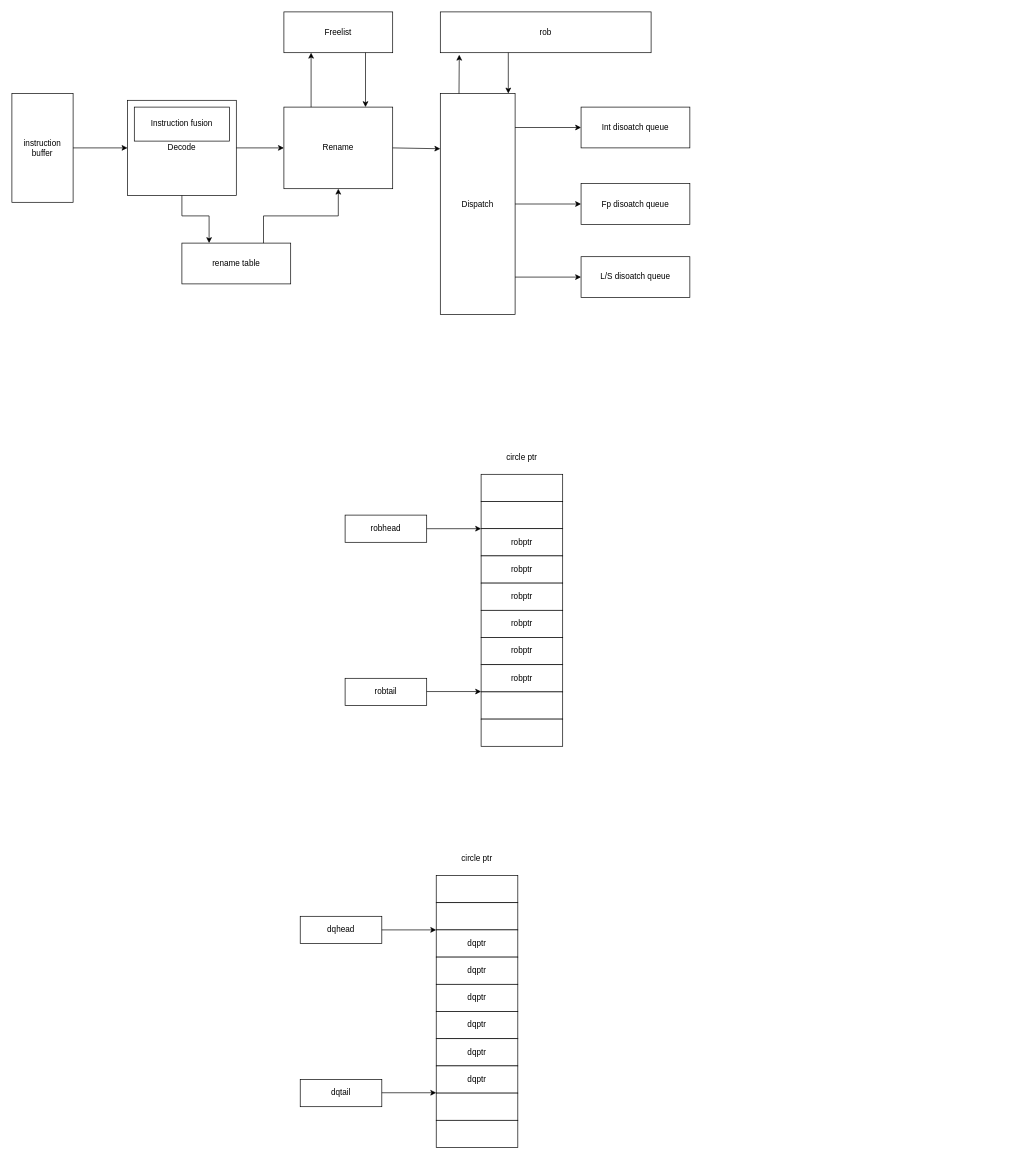
Above: ctrlblock.drawio in Ziyue-Zhang/draw_picture (draw.io), before the change. Source tidied: cells renumbered, new cells numbered last; positions are measured from the earlier drawing's top-left corner, leaving out a move shared by most shapes. Both pictures are drawn from the tidied source at 68%, with x=0, y=0 at pixel (12, 12).
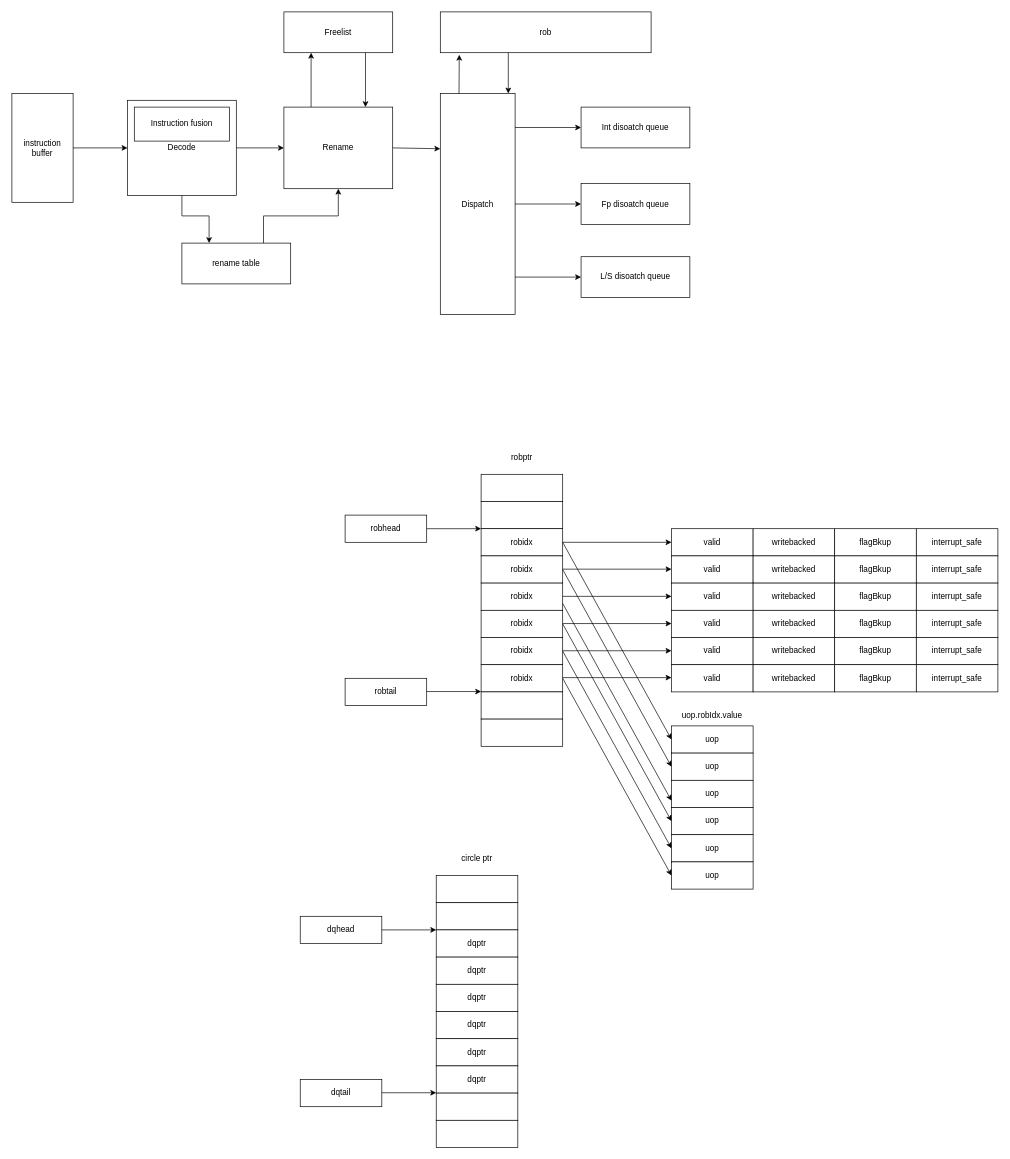
After the change.

What changed in the source:
```diff
@@
-    <mxCell id="27" value="robptr" style="rounded=0;whiteSpace=wrap;html=1;" parent="1" vertex="1">
+    <mxCell id="27" value="robidx" style="rounded=0;whiteSpace=wrap;html=1;" parent="1" vertex="1">
       <mxGeometry x="690" y="760" width="120" height="40" as="geometry" />
     </mxCell>
-    <mxCell id="28" value="robptr" style="rounded=0;whiteSpace=wrap;html=1;" parent="1" vertex="1">
+    <mxCell id="28" value="robidx" style="rounded=0;whiteSpace=wrap;html=1;" parent="1" vertex="1">
       <mxGeometry x="690" y="800" width="120" height="40" as="geometry" />
     </mxCell>
-    <mxCell id="29" value="robptr" style="rounded=0;whiteSpace=wrap;html=1;" parent="1" vertex="1">
+    <mxCell id="29" value="robidx" style="rounded=0;whiteSpace=wrap;html=1;" parent="1" vertex="1">
       <mxGeometry x="690" y="840" width="120" height="40" as="geometry" />
     </mxCell>
-    <mxCell id="30" value="robptr" style="rounded=0;whiteSpace=wrap;html=1;" parent="1" vertex="1">
+    <mxCell id="30" value="robidx" style="rounded=0;whiteSpace=wrap;html=1;" parent="1" vertex="1">
       <mxGeometry x="690" y="880" width="120" height="40" as="geometry" />
     </mxCell>
-    <mxCell id="31" value="robptr" style="rounded=0;whiteSpace=wrap;html=1;" parent="1" vertex="1">
+    <mxCell id="31" value="robidx" style="rounded=0;whiteSpace=wrap;html=1;" parent="1" vertex="1">
       <mxGeometry x="690" y="920" width="120" height="40" as="geometry" />
     </mxCell>
-    <mxCell id="32" value="robptr" style="rounded=0;whiteSpace=wrap;html=1;" parent="1" vertex="1">
+    <mxCell id="32" value="robidx" style="rounded=0;whiteSpace=wrap;html=1;" parent="1" vertex="1">
       <mxGeometry x="690" y="960" width="120" height="40" as="geometry" />
     </mxCell>
@@
-    <mxCell id="35" value="circle ptr" style="text;html=1;strokeColor=none;fillColor=none;align=center;verticalAlign=middle;whiteSpace=wrap;rounded=0;" parent="1" vertex="1">
+    <mxCell id="35" value="robptr" style="text;html=1;strokeColor=none;fillColor=none;align=center;verticalAlign=middle;whiteSpace=wrap;rounded=0;" parent="1" vertex="1">
       <mxGeometry x="715" y="640" width="70" height="30" as="geometry" />
     </mxCell>
@@
+    <mxCell id="55" value="valid" style="rounded=0;whiteSpace=wrap;html=1;" parent="1" vertex="1">
+      <mxGeometry x="970" y="760" width="120" height="40" as="geometry" />
+    </mxCell>
+    <mxCell id="56" value="writebacked" style="rounded=0;whiteSpace=wrap;html=1;" parent="1" vertex="1">
+      <mxGeometry x="1090" y="760" width="120" height="40" as="geometry" />
+    </mxCell>
+    <mxCell id="57" value="flagBkup" style="rounded=0;whiteSpace=wrap;html=1;" parent="1" vertex="1">
+      <mxGeometry x="1210" y="760" width="120" height="40" as="geometry" />
+    </mxCell>
+    <mxCell id="58" value="uop.robIdx.value" style="text;html=1;strokeColor=none;fillColor=none;align=center;verticalAlign=middle;whiteSpace=wrap;rounded=0;" parent="1" vertex="1">
+      <mxGeometry x="960" y="1020" width="140" height="30" as="geometry" />
+    </mxCell>
+    <mxCell id="59" value="interrupt_safe" style="rounded=0;whiteSpace=wrap;html=1;" parent="1" vertex="1">
+      <mxGeometry x="1330" y="760" width="120" height="40" as="geometry" />
+    </mxCell>
+    <mxCell id="60" value="valid" style="rounded=0;whiteSpace=wrap;html=1;" parent="1" vertex="1">
+      <mxGeometry x="970" y="800" width="120" height="40" as="geometry" />
+    </mxCell>
+    <mxCell id="61" value="writebacked" style="rounded=0;whiteSpace=wrap;html=1;" parent="1" vertex="1">
+      <mxGeometry x="1090" y="800" width="120" height="40" as="geometry" />
+    </mxCell>
+    <mxCell id="62" value="flagBkup" style="rounded=0;whiteSpace=wrap;html=1;" parent="1" vertex="1">
+      <mxGeometry x="1210" y="800" width="120" height="40" as="geometry" />
+    </mxCell>
+    <mxCell id="63" value="interrupt_safe" style="rounded=0;whiteSpace=wrap;html=1;" parent="1" vertex="1">
+      <mxGeometry x="1330" y="800" width="120" height="40" as="geometry" />
+    </mxCell>
+    <mxCell id="64" value="valid" style="rounded=0;whiteSpace=wrap;html=1;" parent="1" vertex="1">
+      <mxGeometry x="970" y="840" width="120" height="40" as="geometry" />
+    </mxCell>
+    <mxCell id="65" value="writebacked" style="rounded=0;whiteSpace=wrap;html=1;" parent="1" vertex="1">
+      <mxGeometry x="1090" y="840" width="120" height="40" as="geometry" />
+    </mxCell>
+    <mxCell id="66" value="flagBkup" style="rounded=0;whiteSpace=wrap;html=1;" parent="1" vertex="1">
+      <mxGeometry x="1210" y="840" width="120" height="40" as="geometry" />
+    </mxCell>
+    <mxCell id="67" value="interrupt_safe" style="rounded=0;whiteSpace=wrap;html=1;" parent="1" vertex="1">
+      <mxGeometry x="1330" y="840" width="120" height="40" as="geometry" />
+    </mxCell>
+    <mxCell id="68" value="valid" style="rounded=0;whiteSpace=wrap;html=1;" parent="1" vertex="1">
+      <mxGeometry x="970" y="880" width="120" height="40" as="geometry" />
+    </mxCell>
+    <mxCell id="69" value="writebacked" style="rounded=0;whiteSpace=wrap;html=1;" parent="1" vertex="1">
+      <mxGeometry x="1090" y="880" width="120" height="40" as="geometry" />
+    </mxCell>
+    <mxCell id="70" value="flagBkup" style="rounded=0;whiteSpace=wrap;html=1;" parent="1" vertex="1">
+      <mxGeometry x="1210" y="880" width="120" height="40" as="geometry" />
+    </mxCell>
+    <mxCell id="71" value="interrupt_safe" style="rounded=0;whiteSpace=wrap;html=1;" parent="1" vertex="1">
+      <mxGeometry x="1330" y="880" width="120" height="40" as="geometry" />
+    </mxCell>
+    <mxCell id="72" value="valid" style="rounded=0;whiteSpace=wrap;html=1;" parent="1" vertex="1">
+      <mxGeometry x="970" y="920" width="120" height="40" as="geometry" />
+    </mxCell>
+    <mxCell id="73" value="writebacked" style="rounded=0;whiteSpace=wrap;html=1;" parent="1" vertex="1">
+      <mxGeometry x="1090" y="920" width="120" height="40" as="geometry" />
+    </mxCell>
+    <mxCell id="74" value="flagBkup" style="rounded=0;whiteSpace=wrap;html=1;" parent="1" vertex="1">
+      <mxGeometry x="1210" y="920" width="120" height="40" as="geometry" />
+    </mxCell>
+    <mxCell id="75" value="interrupt_safe" style="rounded=0;whiteSpace=wrap;html=1;" parent="1" vertex="1">
+      <mxGeometry x="1330" y="920" width="120" height="40" as="geometry" />
+    </mxCell>
+    <mxCell id="76" value="valid" style="rounded=0;whiteSpace=wrap;html=1;" parent="1" vertex="1">
+      <mxGeometry x="970" y="960" width="120" height="40" as="geometry" />
+    </mxCell>
+    <mxCell id="77" value="writebacked" style="rounded=0;whiteSpace=wrap;html=1;" parent="1" vertex="1">
+      <mxGeometry x="1090" y="960" width="120" height="40" as="geometry" />
+    </mxCell>
+    <mxCell id="78" value="flagBkup" style="rounded=0;whiteSpace=wrap;html=1;" parent="1" vertex="1">
+      <mxGeometry x="1210" y="960" width="120" height="40" as="geometry" />
+    </mxCell>
+    <mxCell id="79" value="interrupt_safe" style="rounded=0;whiteSpace=wrap;html=1;" parent="1" vertex="1">
+      <mxGeometry x="1330" y="960" width="120" height="40" as="geometry" />
+    </mxCell>
+    <mxCell id="80" style="endArrow=classic;html=1;rounded=0;exitX=1;exitY=0.5;exitDx=0;exitDy=0;entryX=0;entryY=0.5;entryDx=0;entryDy=0;" parent="1" edge="1" source="27" target="55">
+      <mxGeometry relative="1" as="geometry" />
+    </mxCell>
+    <mxCell id="81" style="endArrow=classic;html=1;rounded=0;exitX=1;exitY=0.5;exitDx=0;exitDy=0;entryX=0;entryY=0.5;entryDx=0;entryDy=0;" parent="1" edge="1">
+      <mxGeometry relative="1" as="geometry">
+        <mxPoint x="810" y="819.5" as="sourcePoint" />
+        <mxPoint x="970" y="819.5" as="targetPoint" />
+      </mxGeometry>
+    </mxCell>
+    <mxCell id="82" style="endArrow=classic;html=1;rounded=0;exitX=1;exitY=0.5;exitDx=0;exitDy=0;entryX=0;entryY=0.5;entryDx=0;entryDy=0;" parent="1" edge="1">
+      <mxGeometry relative="1" as="geometry">
+        <mxPoint x="810" y="859.5" as="sourcePoint" />
+        <mxPoint x="970" y="859.5" as="targetPoint" />
+      </mxGeometry>
+    </mxCell>
+    <mxCell id="83" style="endArrow=classic;html=1;rounded=0;exitX=1;exitY=0.5;exitDx=0;exitDy=0;entryX=0;entryY=0.5;entryDx=0;entryDy=0;" parent="1" edge="1">
+      <mxGeometry relative="1" as="geometry">
+        <mxPoint x="810" y="899.5" as="sourcePoint" />
+        <mxPoint x="970" y="899.5" as="targetPoint" />
+      </mxGeometry>
+    </mxCell>
+    <mxCell id="84" style="endArrow=classic;html=1;rounded=0;exitX=1;exitY=0.5;exitDx=0;exitDy=0;entryX=0;entryY=0.5;entryDx=0;entryDy=0;" parent="1" edge="1">
+      <mxGeometry relative="1" as="geometry">
+        <mxPoint x="810" y="939.5" as="sourcePoint" />
+        <mxPoint x="970" y="939.5" as="targetPoint" />
+      </mxGeometry>
+    </mxCell>
+    <mxCell id="85" style="endArrow=classic;html=1;rounded=0;exitX=1;exitY=0.5;exitDx=0;exitDy=0;entryX=0;entryY=0.5;entryDx=0;entryDy=0;" parent="1" edge="1">
+      <mxGeometry relative="1" as="geometry">
+        <mxPoint x="810" y="979" as="sourcePoint" />
+        <mxPoint x="970" y="979" as="targetPoint" />
+      </mxGeometry>
+    </mxCell>
+    <mxCell id="86" value="uop" style="rounded=0;whiteSpace=wrap;html=1;" parent="1" vertex="1">
+      <mxGeometry x="970" y="1050" width="120" height="40" as="geometry" />
+    </mxCell>
+    <mxCell id="87" value="uop" style="rounded=0;whiteSpace=wrap;html=1;" parent="1" vertex="1">
+      <mxGeometry x="970" y="1090" width="120" height="40" as="geometry" />
+    </mxCell>
+    <mxCell id="88" value="uop" style="rounded=0;whiteSpace=wrap;html=1;" parent="1" vertex="1">
+      <mxGeometry x="970" y="1130" width="120" height="40" as="geometry" />
+    </mxCell>
+    <mxCell id="89" value="uop" style="rounded=0;whiteSpace=wrap;html=1;" parent="1" vertex="1">
+      <mxGeometry x="970" y="1170" width="120" height="40" as="geometry" />
+    </mxCell>
+    <mxCell id="90" value="uop" style="rounded=0;whiteSpace=wrap;html=1;" parent="1" vertex="1">
+      <mxGeometry x="970" y="1210" width="120" height="40" as="geometry" />
+    </mxCell>
+    <mxCell id="91" value="uop" style="rounded=0;whiteSpace=wrap;html=1;" parent="1" vertex="1">
+      <mxGeometry x="970" y="1250" width="120" height="40" as="geometry" />
+    </mxCell>
+    <mxCell id="92" style="endArrow=classic;html=1;rounded=0;exitX=1;exitY=0.5;exitDx=0;exitDy=0;entryX=0;entryY=0.5;entryDx=0;entryDy=0;" parent="1" edge="1" source="27" target="86">
+      <mxGeometry relative="1" as="geometry" />
+    </mxCell>
+    <mxCell id="93" style="endArrow=classic;html=1;rounded=0;exitX=1;exitY=0.5;exitDx=0;exitDy=0;entryX=0;entryY=0.5;entryDx=0;entryDy=0;" parent="1" edge="1">
+      <mxGeometry relative="1" as="geometry">
+        <mxPoint x="810" y="820" as="sourcePoint" />
+        <mxPoint x="970" y="1110" as="targetPoint" />
+      </mxGeometry>
+    </mxCell>
+    <mxCell id="94" style="endArrow=classic;html=1;rounded=0;exitX=1;exitY=0.5;exitDx=0;exitDy=0;entryX=0;entryY=0.5;entryDx=0;entryDy=0;" parent="1" edge="1">
+      <mxGeometry relative="1" as="geometry">
+        <mxPoint x="810" y="870" as="sourcePoint" />
+        <mxPoint x="970" y="1160" as="targetPoint" />
+      </mxGeometry>
+    </mxCell>
+    <mxCell id="95" style="endArrow=classic;html=1;rounded=0;exitX=1;exitY=0.5;exitDx=0;exitDy=0;entryX=0;entryY=0.5;entryDx=0;entryDy=0;" parent="1" edge="1">
+      <mxGeometry relative="1" as="geometry">
+        <mxPoint x="810" y="900" as="sourcePoint" />
+        <mxPoint x="970" y="1190" as="targetPoint" />
+      </mxGeometry>
+    </mxCell>
+    <mxCell id="96" style="endArrow=classic;html=1;rounded=0;exitX=1;exitY=0.5;exitDx=0;exitDy=0;entryX=0;entryY=0.5;entryDx=0;entryDy=0;" parent="1" edge="1">
+      <mxGeometry relative="1" as="geometry">
+        <mxPoint x="810" y="940" as="sourcePoint" />
+        <mxPoint x="970" y="1230" as="targetPoint" />
+      </mxGeometry>
+    </mxCell>
+    <mxCell id="97" style="endArrow=classic;html=1;rounded=0;exitX=1;exitY=0.5;exitDx=0;exitDy=0;entryX=0;entryY=0.5;entryDx=0;entryDy=0;" parent="1" edge="1">
+      <mxGeometry relative="1" as="geometry">
+        <mxPoint x="810" y="980" as="sourcePoint" />
+        <mxPoint x="970" y="1270" as="targetPoint" />
+      </mxGeometry>
+    </mxCell>
```
